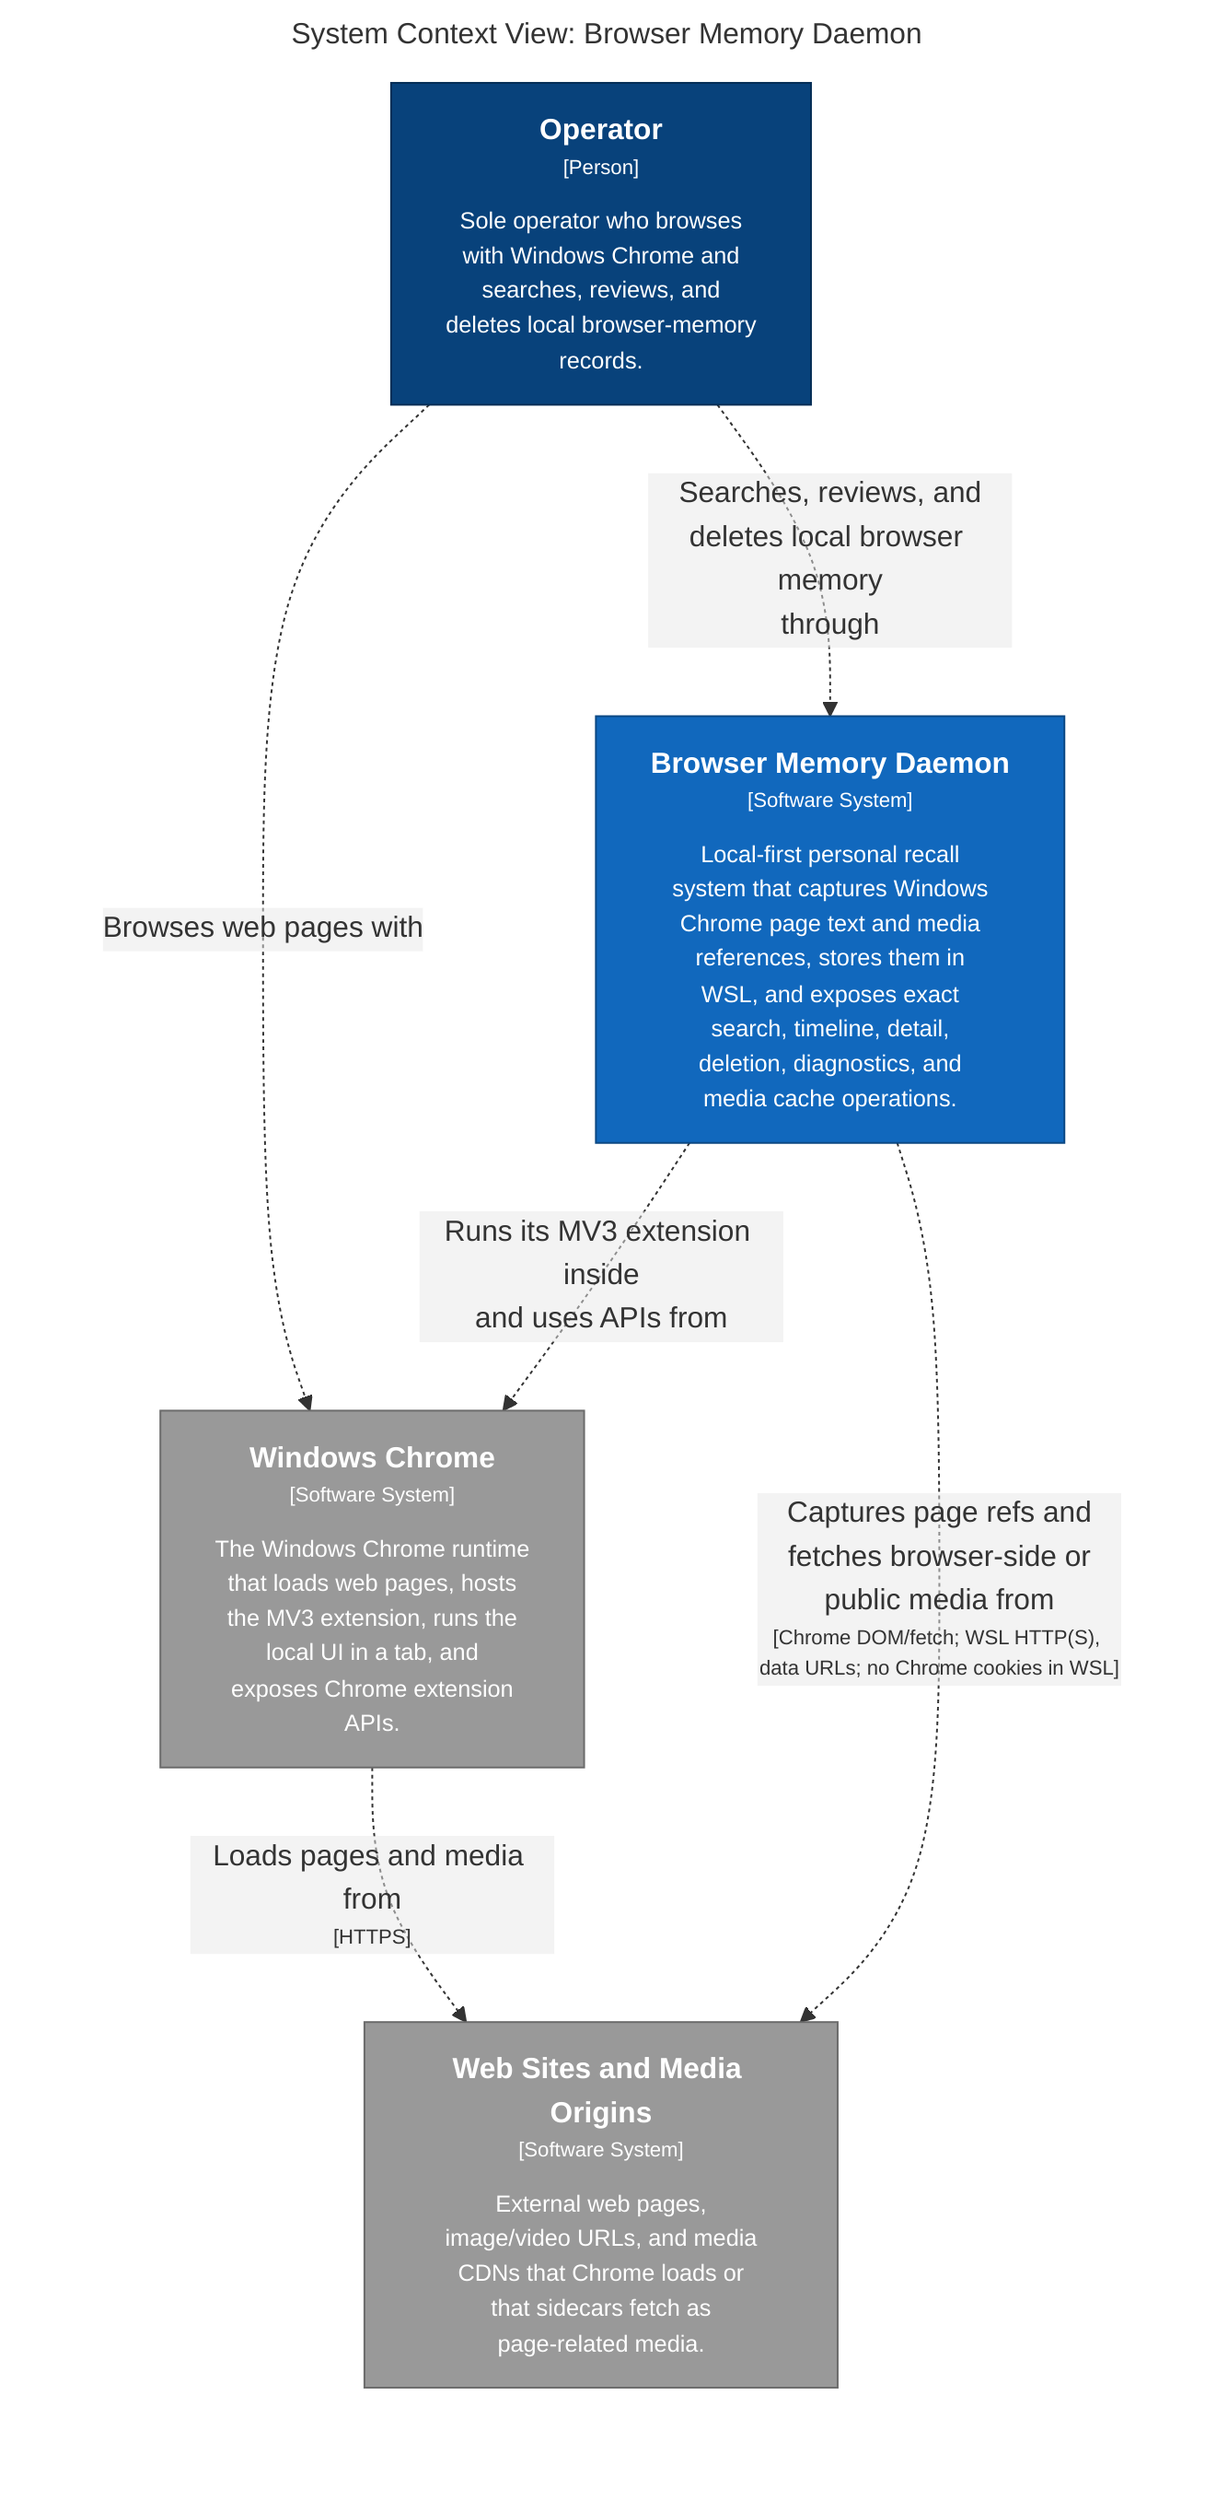
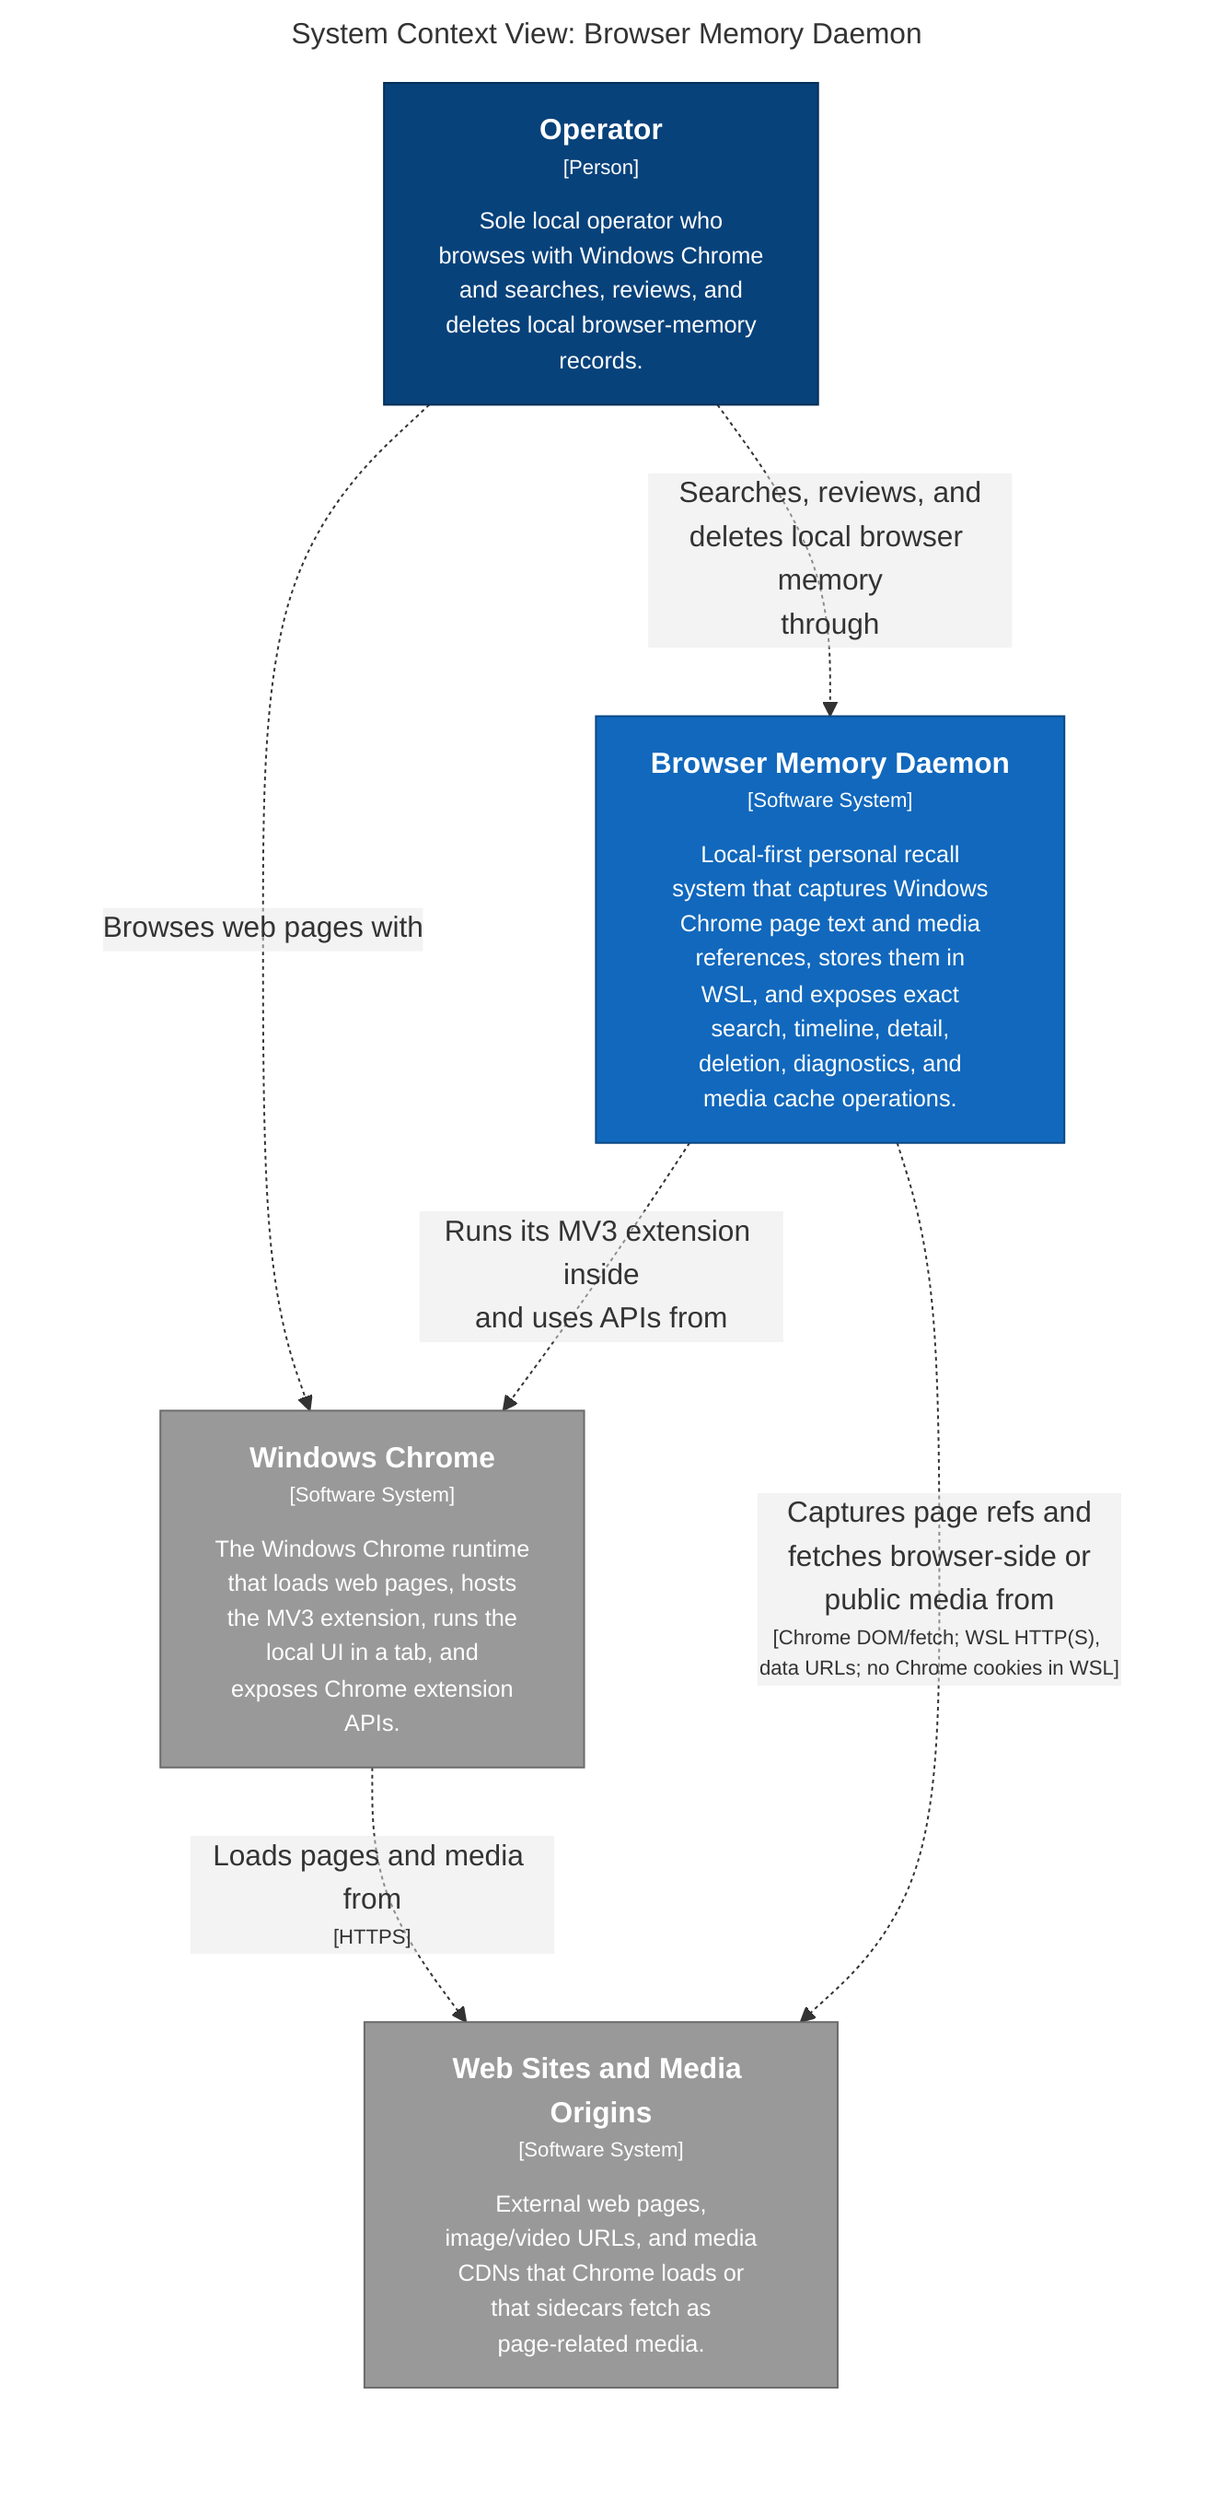
graph LR
  linkStyle default fill:#ffffff

  subgraph diagram ["System Context View: Browser Memory Daemon"]
    style diagram fill:#ffffff,stroke:#ffffff

-     1["<div style='font-weight: bold'>Operator</div><div style='font-size: 70%; margin-top: 0px'>[Person]</div><div style='font-size: 80%; margin-top:10px'>Sole operator who browses<br />with Windows Chrome and<br />searches, reviews, and<br />deletes local browser-memory<br />records.</div>"]
+     1["<div style='font-weight: bold'>Operator</div><div style='font-size: 70%; margin-top: 0px'>[Person]</div><div style='font-size: 80%; margin-top:10px'>Sole local operator who<br />browses with Windows Chrome<br />and searches, reviews, and<br />deletes local browser-memory<br />records.</div>"]
    style 1 fill:#08427b,stroke:#052e56,color:#ffffff
    2["<div style='font-weight: bold'>Windows Chrome</div><div style='font-size: 70%; margin-top: 0px'>[Software System]</div><div style='font-size: 80%; margin-top:10px'>The Windows Chrome runtime<br />that loads web pages, hosts<br />the MV3 extension, runs the<br />local UI in a tab, and<br />exposes Chrome extension<br />APIs.</div>"]
    style 2 fill:#999999,stroke:#6b6b6b,color:#ffffff
    3["<div style='font-weight: bold'>Web Sites and Media Origins</div><div style='font-size: 70%; margin-top: 0px'>[Software System]</div><div style='font-size: 80%; margin-top:10px'>External web pages,<br />image/video URLs, and media<br />CDNs that Chrome loads or<br />that sidecars fetch as<br />page-related media.</div>"]
    style 3 fill:#999999,stroke:#6b6b6b,color:#ffffff
    4["<div style='font-weight: bold'>Browser Memory Daemon</div><div style='font-size: 70%; margin-top: 0px'>[Software System]</div><div style='font-size: 80%; margin-top:10px'>Local-first personal recall<br />system that captures Windows<br />Chrome page text and media<br />references, stores them in<br />WSL, and exposes exact<br />search, timeline, detail,<br />deletion, diagnostics, and<br />media cache operations.</div>"]
    style 4 fill:#1168bd,stroke:#0b4884,color:#ffffff

    1-. "<div>Browses web pages with</div><div style='font-size: 70%'></div>" .->2
    1-. "<div>Searches, reviews, and<br />deletes local browser memory<br />through</div><div style='font-size: 70%'></div>" .->4
    2-. "<div>Loads pages and media from</div><div style='font-size: 70%'>[HTTPS]</div>" .->3
    4-. "<div>Runs its MV3 extension inside<br />and uses APIs from</div><div style='font-size: 70%'></div>" .->2
    4-. "<div>Captures page refs and<br />fetches browser-side or<br />public media from</div><div style='font-size: 70%'>[Chrome DOM/fetch; WSL HTTP(S), data URLs; no Chrome cookies in WSL]</div>" .->3

  end